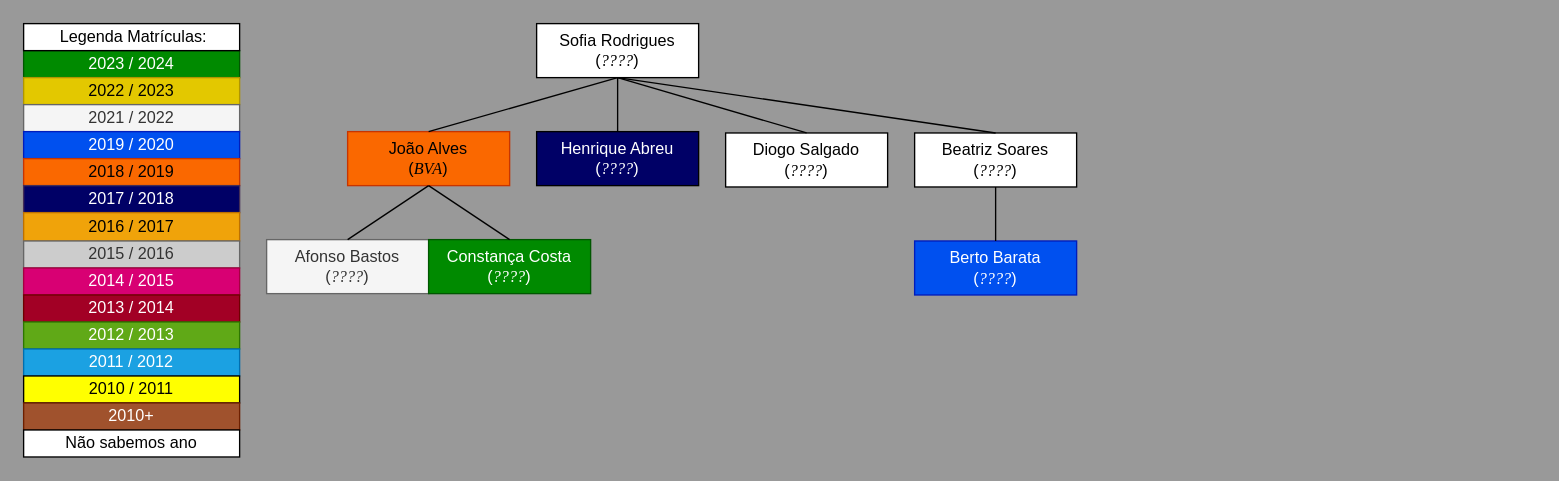
The draw.io diagram Draw.io/Familia_da_Sofia_Rodrigues.drawio in pdmtmr/PDMTMRTESTLOCATION-AKA-ARBUSTO, before the edit. Source tidied: cells renumbered, new cells numbered last; positions are measured from the earlier drawing's top-left corner, leaving out a move shared by most shapes. Both pictures are drawn from the tidied source at 135%, with x=0, y=0 at pixel (23, 23).
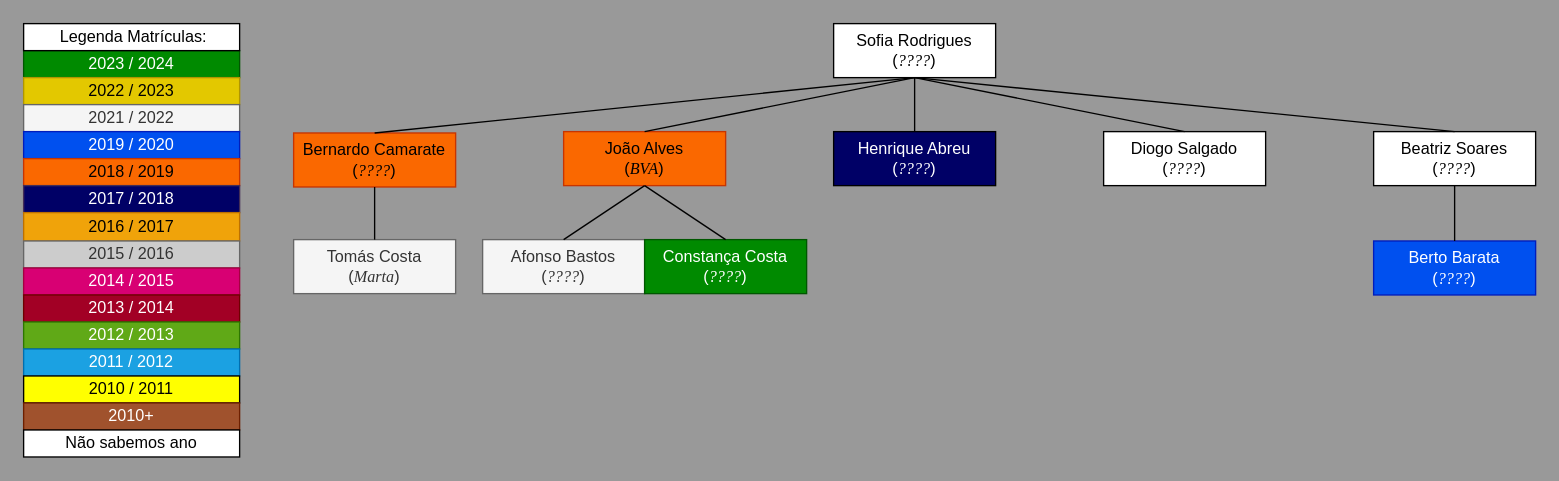
Above is the later version.

What changed in the source:
```diff
@@
     <mxCell id="18" value="&lt;div&gt;&lt;span style=&quot;background-color: initial;&quot;&gt;Sofia Rodrigues&lt;/span&gt;&lt;/div&gt;&lt;div&gt;&lt;span style=&quot;background-color: initial;&quot;&gt;(&lt;/span&gt;&lt;i style=&quot;background-color: initial;&quot;&gt;&lt;font face=&quot;Times New Roman&quot;&gt;????&lt;/font&gt;&lt;/i&gt;&lt;span style=&quot;background-color: initial;&quot;&gt;)&lt;/span&gt;&lt;/div&gt;" style="rounded=0;whiteSpace=wrap;html=1;" parent="1" vertex="1">
-      <mxGeometry x="380" width="120" height="40" as="geometry" />
+      <mxGeometry x="600" width="120" height="40" as="geometry" />
     </mxCell>
     <mxCell id="19" value="&lt;div&gt;&lt;span style=&quot;background-color: initial;&quot;&gt;João Alves&lt;/span&gt;&lt;/div&gt;&lt;div&gt;&lt;span style=&quot;background-color: initial;&quot;&gt;(&lt;font face=&quot;Times New Roman&quot;&gt;&lt;i&gt;BVA&lt;/i&gt;&lt;/font&gt;&lt;/span&gt;&lt;span style=&quot;background-color: initial;&quot;&gt;)&lt;/span&gt;&lt;/div&gt;" style="rounded=0;whiteSpace=wrap;html=1;fillColor=#fa6800;fontColor=#000000;strokeColor=#C73500;" parent="1" vertex="1">
-      <mxGeometry x="240" y="80" width="120" height="40" as="geometry" />
+      <mxGeometry x="400" y="80" width="120" height="40" as="geometry" />
     </mxCell>
     <mxCell id="20" value="&lt;div&gt;&lt;span style=&quot;background-color: initial;&quot;&gt;Afonso Bastos&lt;/span&gt;&lt;/div&gt;&lt;div&gt;&lt;span style=&quot;background-color: initial;&quot;&gt;(&lt;/span&gt;&lt;i style=&quot;background-color: initial;&quot;&gt;&lt;font face=&quot;Times New Roman&quot;&gt;????&lt;/font&gt;&lt;/i&gt;&lt;span style=&quot;background-color: initial;&quot;&gt;)&lt;/span&gt;&lt;/div&gt;" style="rounded=0;whiteSpace=wrap;html=1;fillColor=#f5f5f5;fontColor=#333333;strokeColor=#666666;" parent="1" vertex="1">
-      <mxGeometry x="180" y="160" width="120" height="40" as="geometry" />
+      <mxGeometry x="340" y="160" width="120" height="40" as="geometry" />
     </mxCell>
     <mxCell id="21" value="&lt;div&gt;&lt;span style=&quot;background-color: initial;&quot;&gt;Constança Costa&lt;/span&gt;&lt;/div&gt;&lt;div&gt;&lt;span style=&quot;background-color: initial;&quot;&gt;(&lt;/span&gt;&lt;i style=&quot;background-color: initial;&quot;&gt;&lt;font face=&quot;Times New Roman&quot;&gt;????&lt;/font&gt;&lt;/i&gt;&lt;span style=&quot;background-color: initial;&quot;&gt;)&lt;/span&gt;&lt;/div&gt;" style="rounded=0;whiteSpace=wrap;html=1;fillColor=#008a00;fontColor=#ffffff;strokeColor=#005700;" parent="1" vertex="1">
-      <mxGeometry x="300" y="160" width="120" height="40" as="geometry" />
+      <mxGeometry x="460" y="160" width="120" height="40" as="geometry" />
     </mxCell>
@@
     <mxCell id="25" value="&lt;div&gt;&lt;span style=&quot;background-color: initial;&quot;&gt;Beatriz Soares&lt;/span&gt;&lt;/div&gt;&lt;div&gt;&lt;span style=&quot;background-color: initial;&quot;&gt;(&lt;/span&gt;&lt;i style=&quot;background-color: initial;&quot;&gt;&lt;font face=&quot;Times New Roman&quot;&gt;????&lt;/font&gt;&lt;/i&gt;&lt;span style=&quot;background-color: initial;&quot;&gt;)&lt;/span&gt;&lt;/div&gt;" style="rounded=0;whiteSpace=wrap;html=1;" parent="1" vertex="1">
-      <mxGeometry x="660" y="81" width="120" height="40" as="geometry" />
+      <mxGeometry x="1000" y="80" width="120" height="40" as="geometry" />
     </mxCell>
     <mxCell id="26" value="&lt;div&gt;&lt;span style=&quot;background-color: initial;&quot;&gt;Berto Barata&lt;/span&gt;&lt;/div&gt;&lt;div&gt;&lt;span style=&quot;background-color: initial;&quot;&gt;(&lt;/span&gt;&lt;i style=&quot;background-color: initial;&quot;&gt;&lt;font face=&quot;Times New Roman&quot;&gt;????&lt;/font&gt;&lt;/i&gt;&lt;span style=&quot;background-color: initial;&quot;&gt;)&lt;/span&gt;&lt;br&gt;&lt;/div&gt;" style="rounded=0;whiteSpace=wrap;html=1;fillColor=#0050ef;fontColor=#ffffff;strokeColor=#001DBC;" parent="1" vertex="1">
-      <mxGeometry x="660" y="161" width="120" height="40" as="geometry" />
+      <mxGeometry x="1000" y="161" width="120" height="40" as="geometry" />
     </mxCell>
@@
     <mxCell id="28" value="&lt;div&gt;&lt;span style=&quot;background-color: initial;&quot;&gt;Henrique Abreu&lt;/span&gt;&lt;/div&gt;&lt;div&gt;&lt;span style=&quot;background-color: initial;&quot;&gt;(&lt;font face=&quot;Times New Roman&quot;&gt;&lt;i&gt;????&lt;/i&gt;&lt;/font&gt;&lt;/span&gt;&lt;span style=&quot;background-color: initial;&quot;&gt;)&lt;/span&gt;&lt;/div&gt;" style="rounded=0;whiteSpace=wrap;html=1;fillColor=#000066;fontColor=#FFFFFF;" parent="1" vertex="1">
-      <mxGeometry x="380" y="80" width="120" height="40" as="geometry" />
+      <mxGeometry x="600" y="80" width="120" height="40" as="geometry" />
     </mxCell>
@@
     <mxCell id="30" value="&lt;div&gt;Diogo Salgado&lt;/div&gt;&lt;div&gt;&lt;span style=&quot;background-color: initial;&quot;&gt;(&lt;font face=&quot;Times New Roman&quot;&gt;&lt;i&gt;????&lt;/i&gt;&lt;/font&gt;&lt;/span&gt;&lt;span style=&quot;background-color: initial;&quot;&gt;)&lt;/span&gt;&lt;/div&gt;" style="rounded=0;whiteSpace=wrap;html=1;" parent="1" vertex="1">
-      <mxGeometry x="520" y="81" width="120" height="40" as="geometry" />
+      <mxGeometry x="800" y="80" width="120" height="40" as="geometry" />
     </mxCell>
@@
+    <mxCell id="33" value="&lt;div&gt;&lt;span style=&quot;background-color: initial;&quot;&gt;Bernardo Camarate&lt;/span&gt;&lt;/div&gt;&lt;div&gt;&lt;span style=&quot;background-color: initial;&quot;&gt;(&lt;font face=&quot;Times New Roman&quot;&gt;&lt;i&gt;????&lt;/i&gt;&lt;/font&gt;&lt;/span&gt;&lt;span style=&quot;background-color: initial;&quot;&gt;)&lt;/span&gt;&lt;/div&gt;" style="rounded=0;whiteSpace=wrap;html=1;fillColor=#fa6800;fontColor=#000000;strokeColor=#C73500;" parent="1" vertex="1">
+      <mxGeometry x="200" y="81" width="120" height="40" as="geometry" />
+    </mxCell>
+    <mxCell id="34" style="endArrow=none;html=1;exitX=0.5;exitY=0;exitDx=0;exitDy=0;entryX=0.5;entryY=1;entryDx=0;entryDy=0;" parent="1" edge="1" source="33" target="18">
+      <mxGeometry relative="1" as="geometry" />
+    </mxCell>
+    <mxCell id="35" value="&lt;div&gt;&lt;span style=&quot;background-color: initial;&quot;&gt;Tomás Costa&lt;/span&gt;&lt;/div&gt;&lt;div&gt;&lt;span style=&quot;background-color: initial;&quot;&gt;(&lt;font face=&quot;Times New Roman&quot;&gt;&lt;i&gt;Marta&lt;/i&gt;&lt;/font&gt;&lt;/span&gt;&lt;span style=&quot;background-color: initial;&quot;&gt;)&lt;/span&gt;&lt;/div&gt;" style="rounded=0;whiteSpace=wrap;html=1;fillColor=#f5f5f5;fontColor=#333333;strokeColor=#666666;" parent="1" vertex="1">
+      <mxGeometry x="200" y="160" width="120" height="40" as="geometry" />
+    </mxCell>
+    <mxCell id="36" style="endArrow=none;html=1;exitX=0.5;exitY=0;exitDx=0;exitDy=0;entryX=0.5;entryY=1;entryDx=0;entryDy=0;" parent="1" edge="1" source="35" target="33">
+      <mxGeometry relative="1" as="geometry" />
+    </mxCell>
```
